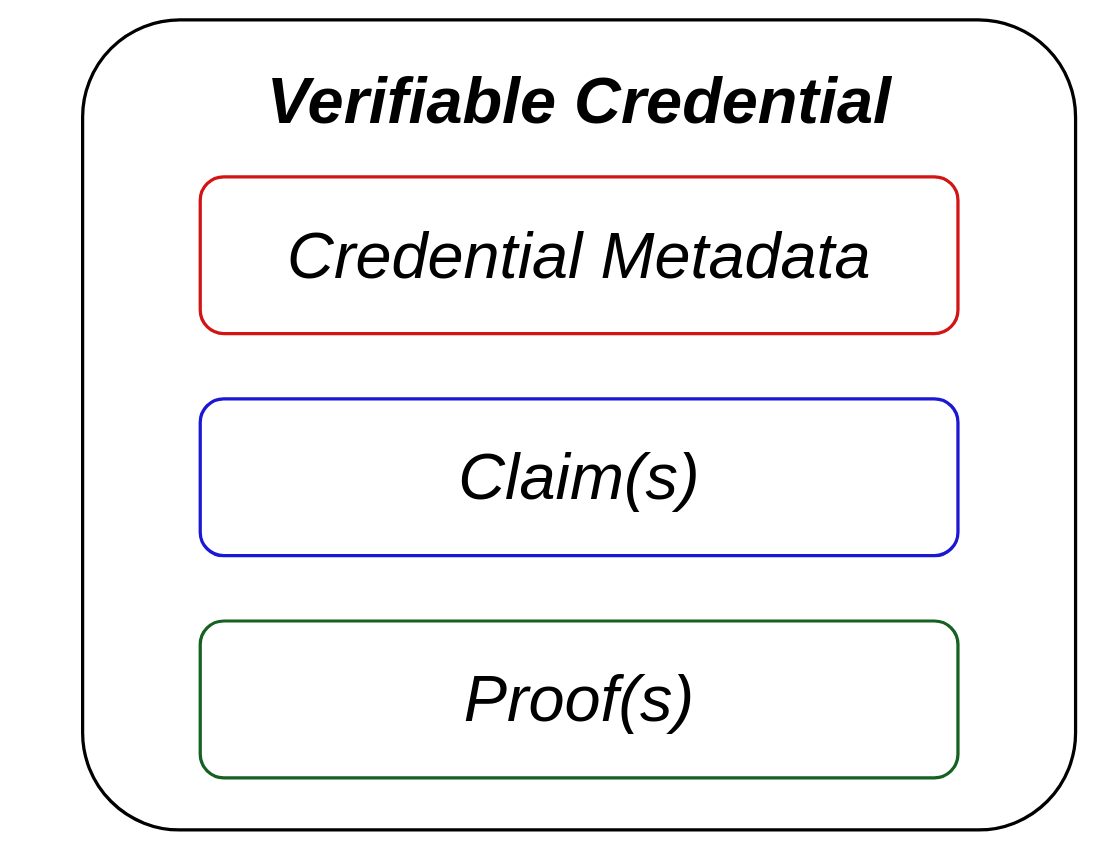
Above: diagrams/vc.drawio in w3c/vc-overview (draw.io), before the change. Source tidied: cells renumbered, new cells numbered last; positions are measured from the earlier drawing's top-left corner, leaving out a move shared by most shapes. Both pictures are drawn from the tidied source at 108%, with x=0, y=0 at pixel (28, 19).
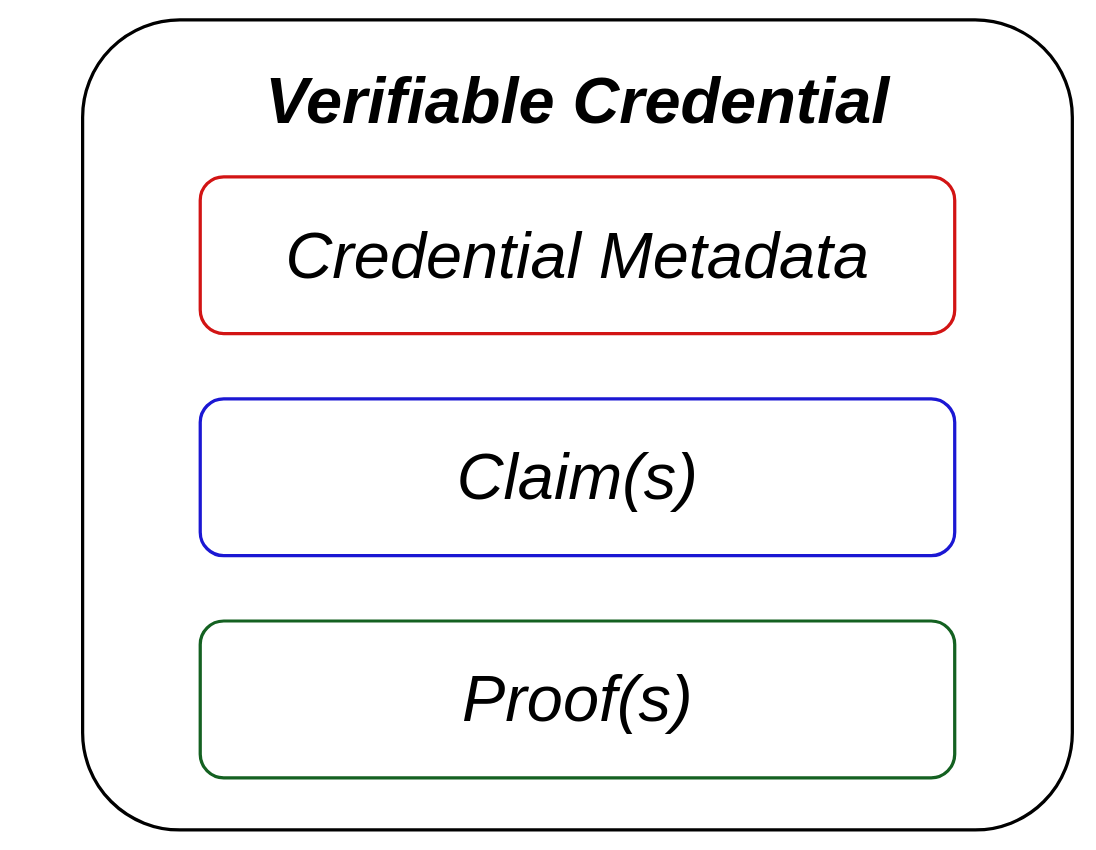
After the change.

What changed in the source:
```diff
@@
 <mxGraphModel>
   <root>
     <mxCell id="0" />
     <mxCell id="1" parent="0" />
-    <mxCell id="2" style="edgeStyle=none;curved=1;rounded=0;orthogonalLoop=1;jettySize=auto;html=1;exitX=0;exitY=0.5;exitDx=0;exitDy=0;fontSize=12;startSize=8;endSize=8;" parent="1" edge="1">
-      <mxGeometry relative="1" as="geometry">
-        <mxPoint y="261" as="sourcePoint" />
-        <mxPoint y="261" as="targetPoint" />
-      </mxGeometry>
-    </mxCell>
     <mxCell id="3" style="rounded=1;whiteSpace=wrap;html=1;fillColor=none;strokeWidth=3;arcSize=12;" parent="1" vertex="1">
-      <mxGeometry x="50" width="919.4" height="750" as="geometry" />
+      <mxGeometry x="50" width="916.4" height="750" as="geometry" />
     </mxCell>
     <mxCell id="4" value="&lt;i&gt;&lt;b&gt;&lt;font style=&quot;font-size: 60px;&quot;&gt;Verifiable Credential&lt;/font&gt;&lt;/b&gt;&lt;/i&gt;" style="text;html=1;align=center;verticalAlign=middle;whiteSpace=wrap;rounded=0;fontSize=16;" parent="1" vertex="1">
-      <mxGeometry x="158.9" y="38.7" width="701.6" height="72.6" as="geometry" />
+      <mxGeometry x="158.9" y="38.7" width="698.6" height="72.6" as="geometry" />
     </mxCell>
     <mxCell id="5" value="&lt;div&gt;&lt;font size=&quot;1&quot; style=&quot;&quot;&gt;&lt;i style=&quot;font-size: 60px;&quot;&gt;Credential Metadata&lt;/i&gt;&lt;/font&gt;&lt;/div&gt;" style="rounded=1;whiteSpace=wrap;html=1;fillColor=none;strokeWidth=3;strokeColor=#D21414;" parent="1" vertex="1">
-      <mxGeometry x="158.9" y="145.2" width="701.6" height="145.2" as="geometry" />
+      <mxGeometry x="158.9" y="145.2" width="698.6" height="145.2" as="geometry" />
     </mxCell>
     <mxCell id="6" value="&lt;div&gt;&lt;font size=&quot;1&quot; style=&quot;&quot;&gt;&lt;i style=&quot;font-size: 60px;&quot;&gt;Claim(s)&lt;/i&gt;&lt;/font&gt;&lt;/div&gt;" style="rounded=1;whiteSpace=wrap;html=1;fillColor=none;strokeWidth=3;strokeColor=#1b17d3;" parent="1" vertex="1">
-      <mxGeometry x="158.9" y="350.8" width="701.6" height="145.2" as="geometry" />
+      <mxGeometry x="158.9" y="350.8" width="698.6" height="145.2" as="geometry" />
     </mxCell>
     <mxCell id="7" value="&lt;div&gt;&lt;font size=&quot;1&quot; style=&quot;&quot;&gt;&lt;i style=&quot;font-size: 60px;&quot;&gt;Proof(s)&lt;/i&gt;&lt;/font&gt;&lt;/div&gt;" style="rounded=1;whiteSpace=wrap;html=1;fillColor=none;strokeWidth=3;strokeColor=#146121;" parent="1" vertex="1">
-      <mxGeometry x="158.9" y="556.5" width="701.6" height="145.2" as="geometry" />
+      <mxGeometry x="158.9" y="556.5" width="698.6" height="145.2" as="geometry" />
     </mxCell>
   </root>
 </mxGraphModel>
```
